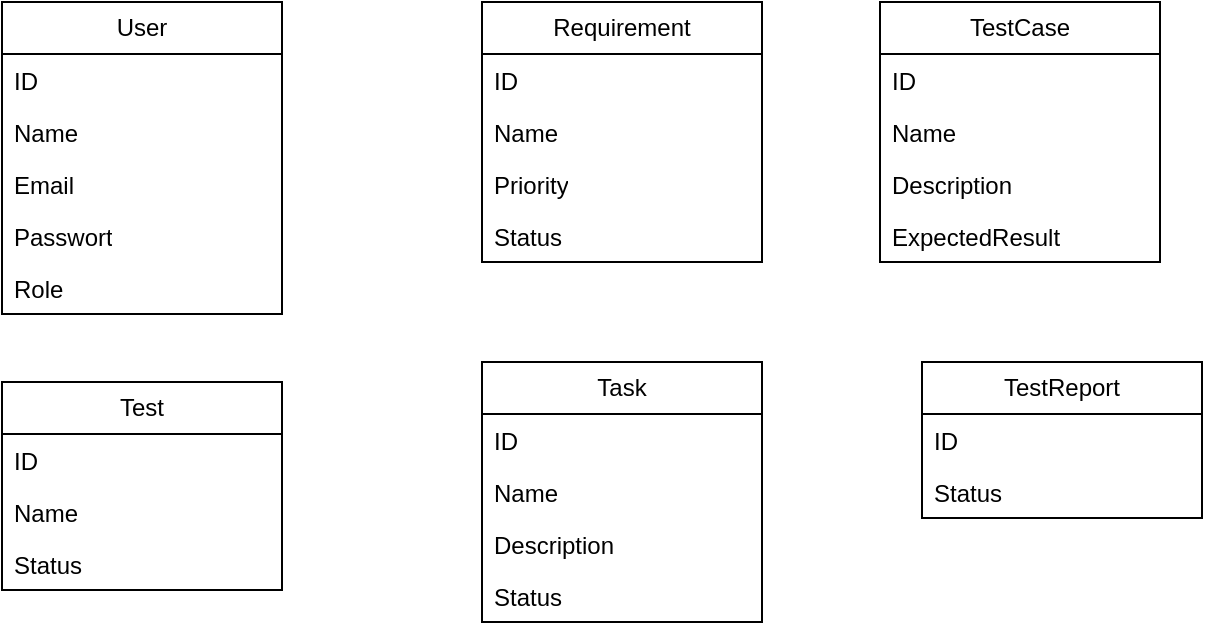
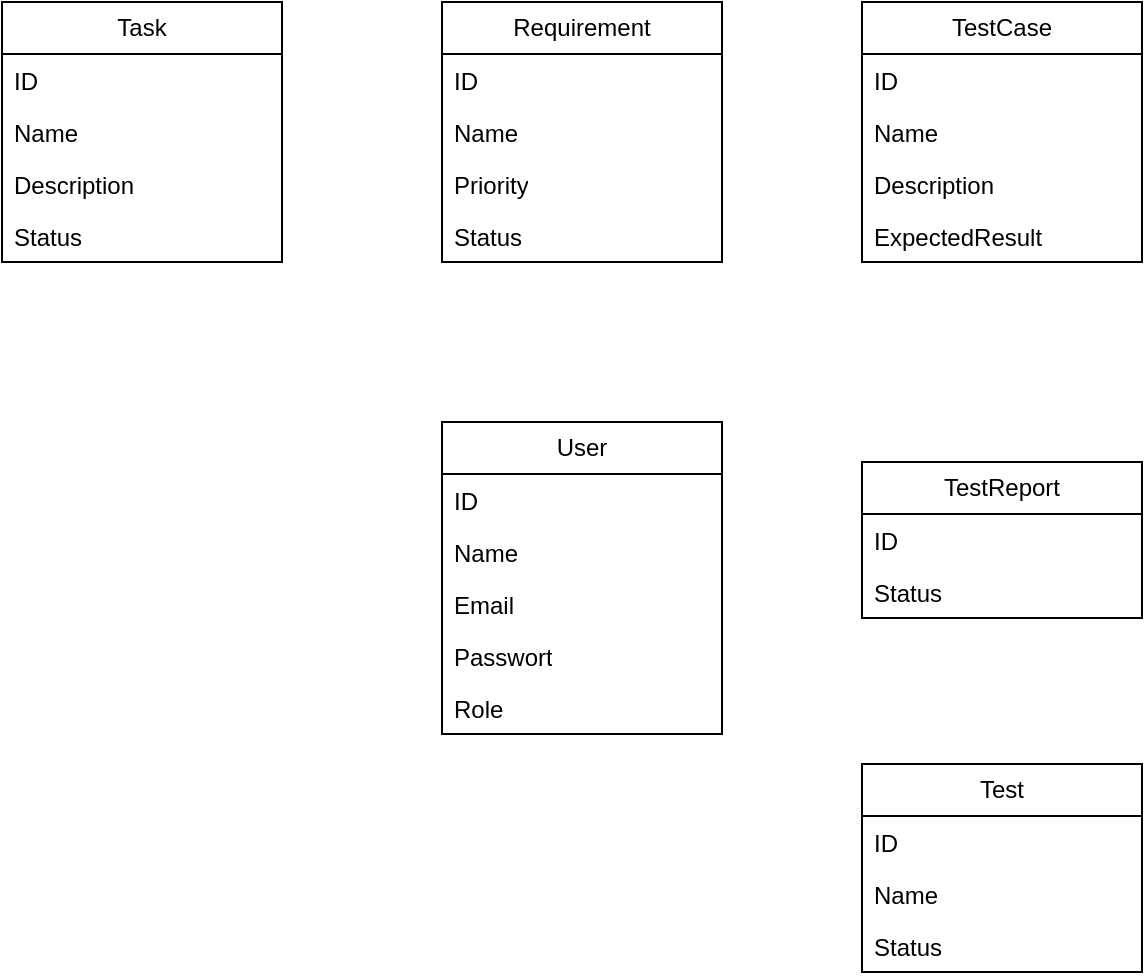
<mxfile host="app.diagrams.net" agent="Mozilla/5.0 (Macintosh; Intel Mac OS X 10_15_7) AppleWebKit/605.1.15 (KHTML, like Gecko) Version/26.2 Safari/605.1.15" version="29.6.4">
  <diagram name="Page-1" id="9UJmMtd8jPqIVRHSLT7q">
    <mxGraphModel dx="946" dy="642" grid="1" gridSize="10" guides="1" tooltips="1" connect="1" arrows="1" fold="1" page="1" pageScale="1" pageWidth="827" pageHeight="1169" math="0" shadow="0">
      <root>
        <mxCell id="0" />
        <mxCell id="1" parent="0" />
        <mxCell id="j4pG7-vl0huJbFuu1q33-1" parent="1" style="swimlane;fontStyle=0;childLayout=stackLayout;horizontal=1;startSize=26;fillColor=none;horizontalStack=0;resizeParent=1;resizeParentMax=0;resizeLast=0;collapsible=1;marginBottom=0;whiteSpace=wrap;html=1;" value="User" vertex="1">
-           <mxGeometry height="156" width="140" x="70" y="100" as="geometry" />
+           <mxGeometry height="156" width="140" x="310" y="310" as="geometry" />
        </mxCell>
        <mxCell id="j4pG7-vl0huJbFuu1q33-2" parent="j4pG7-vl0huJbFuu1q33-1" style="text;strokeColor=none;fillColor=none;align=left;verticalAlign=top;spacingLeft=4;spacingRight=4;overflow=hidden;rotatable=0;points=[[0,0.5],[1,0.5]];portConstraint=eastwest;whiteSpace=wrap;html=1;" value="ID" vertex="1">
          <mxGeometry height="26" width="140" y="26" as="geometry" />
        </mxCell>
        <mxCell id="j4pG7-vl0huJbFuu1q33-3" parent="j4pG7-vl0huJbFuu1q33-1" style="text;strokeColor=none;fillColor=none;align=left;verticalAlign=top;spacingLeft=4;spacingRight=4;overflow=hidden;rotatable=0;points=[[0,0.5],[1,0.5]];portConstraint=eastwest;whiteSpace=wrap;html=1;" value="Name" vertex="1">
          <mxGeometry height="26" width="140" y="52" as="geometry" />
        </mxCell>
        <mxCell id="j4pG7-vl0huJbFuu1q33-4" parent="j4pG7-vl0huJbFuu1q33-1" style="text;strokeColor=none;fillColor=none;align=left;verticalAlign=top;spacingLeft=4;spacingRight=4;overflow=hidden;rotatable=0;points=[[0,0.5],[1,0.5]];portConstraint=eastwest;whiteSpace=wrap;html=1;" value="Email" vertex="1">
          <mxGeometry height="26" width="140" y="78" as="geometry" />
        </mxCell>
        <mxCell id="o-WvR14eICfOpZ58rvUq-1" parent="j4pG7-vl0huJbFuu1q33-1" style="text;strokeColor=none;fillColor=none;align=left;verticalAlign=top;spacingLeft=4;spacingRight=4;overflow=hidden;rotatable=0;points=[[0,0.5],[1,0.5]];portConstraint=eastwest;whiteSpace=wrap;html=1;" value="Passwort" vertex="1">
          <mxGeometry height="26" width="140" y="104" as="geometry" />
        </mxCell>
        <mxCell id="o-WvR14eICfOpZ58rvUq-2" parent="j4pG7-vl0huJbFuu1q33-1" style="text;strokeColor=none;fillColor=none;align=left;verticalAlign=top;spacingLeft=4;spacingRight=4;overflow=hidden;rotatable=0;points=[[0,0.5],[1,0.5]];portConstraint=eastwest;whiteSpace=wrap;html=1;" value="Role" vertex="1">
          <mxGeometry height="26" width="140" y="130" as="geometry" />
        </mxCell>
        <mxCell id="o-WvR14eICfOpZ58rvUq-3" parent="1" style="swimlane;fontStyle=0;childLayout=stackLayout;horizontal=1;startSize=26;fillColor=none;horizontalStack=0;resizeParent=1;resizeParentMax=0;resizeLast=0;collapsible=1;marginBottom=0;whiteSpace=wrap;html=1;" value="Requirement" vertex="1">
          <mxGeometry height="130" width="140" x="310" y="100" as="geometry" />
        </mxCell>
        <mxCell id="o-WvR14eICfOpZ58rvUq-4" parent="o-WvR14eICfOpZ58rvUq-3" style="text;strokeColor=none;fillColor=none;align=left;verticalAlign=top;spacingLeft=4;spacingRight=4;overflow=hidden;rotatable=0;points=[[0,0.5],[1,0.5]];portConstraint=eastwest;whiteSpace=wrap;html=1;" value="ID" vertex="1">
          <mxGeometry height="26" width="140" y="26" as="geometry" />
        </mxCell>
        <mxCell id="o-WvR14eICfOpZ58rvUq-5" parent="o-WvR14eICfOpZ58rvUq-3" style="text;strokeColor=none;fillColor=none;align=left;verticalAlign=top;spacingLeft=4;spacingRight=4;overflow=hidden;rotatable=0;points=[[0,0.5],[1,0.5]];portConstraint=eastwest;whiteSpace=wrap;html=1;" value="Name" vertex="1">
          <mxGeometry height="26" width="140" y="52" as="geometry" />
        </mxCell>
        <mxCell id="o-WvR14eICfOpZ58rvUq-6" parent="o-WvR14eICfOpZ58rvUq-3" style="text;strokeColor=none;fillColor=none;align=left;verticalAlign=top;spacingLeft=4;spacingRight=4;overflow=hidden;rotatable=0;points=[[0,0.5],[1,0.5]];portConstraint=eastwest;whiteSpace=wrap;html=1;" value="Priority" vertex="1">
          <mxGeometry height="26" width="140" y="78" as="geometry" />
        </mxCell>
        <mxCell id="o-WvR14eICfOpZ58rvUq-7" parent="o-WvR14eICfOpZ58rvUq-3" style="text;strokeColor=none;fillColor=none;align=left;verticalAlign=top;spacingLeft=4;spacingRight=4;overflow=hidden;rotatable=0;points=[[0,0.5],[1,0.5]];portConstraint=eastwest;whiteSpace=wrap;html=1;" value="Status" vertex="1">
          <mxGeometry height="26" width="140" y="104" as="geometry" />
        </mxCell>
        <mxCell id="o-WvR14eICfOpZ58rvUq-9" parent="1" style="swimlane;fontStyle=0;childLayout=stackLayout;horizontal=1;startSize=26;fillColor=none;horizontalStack=0;resizeParent=1;resizeParentMax=0;resizeLast=0;collapsible=1;marginBottom=0;whiteSpace=wrap;html=1;" value="TestCase" vertex="1">
-           <mxGeometry height="130" width="140" x="509" y="100" as="geometry" />
+           <mxGeometry height="130" width="140" x="520" y="100" as="geometry" />
        </mxCell>
        <mxCell id="o-WvR14eICfOpZ58rvUq-10" parent="o-WvR14eICfOpZ58rvUq-9" style="text;strokeColor=none;fillColor=none;align=left;verticalAlign=top;spacingLeft=4;spacingRight=4;overflow=hidden;rotatable=0;points=[[0,0.5],[1,0.5]];portConstraint=eastwest;whiteSpace=wrap;html=1;" value="ID" vertex="1">
          <mxGeometry height="26" width="140" y="26" as="geometry" />
        </mxCell>
        <mxCell id="o-WvR14eICfOpZ58rvUq-11" parent="o-WvR14eICfOpZ58rvUq-9" style="text;strokeColor=none;fillColor=none;align=left;verticalAlign=top;spacingLeft=4;spacingRight=4;overflow=hidden;rotatable=0;points=[[0,0.5],[1,0.5]];portConstraint=eastwest;whiteSpace=wrap;html=1;" value="Name" vertex="1">
          <mxGeometry height="26" width="140" y="52" as="geometry" />
        </mxCell>
        <mxCell id="o-WvR14eICfOpZ58rvUq-12" parent="o-WvR14eICfOpZ58rvUq-9" style="text;strokeColor=none;fillColor=none;align=left;verticalAlign=top;spacingLeft=4;spacingRight=4;overflow=hidden;rotatable=0;points=[[0,0.5],[1,0.5]];portConstraint=eastwest;whiteSpace=wrap;html=1;" value="Description" vertex="1">
          <mxGeometry height="26" width="140" y="78" as="geometry" />
        </mxCell>
        <mxCell id="o-WvR14eICfOpZ58rvUq-13" parent="o-WvR14eICfOpZ58rvUq-9" style="text;strokeColor=none;fillColor=none;align=left;verticalAlign=top;spacingLeft=4;spacingRight=4;overflow=hidden;rotatable=0;points=[[0,0.5],[1,0.5]];portConstraint=eastwest;whiteSpace=wrap;html=1;" value="ExpectedResult" vertex="1">
          <mxGeometry height="26" width="140" y="104" as="geometry" />
        </mxCell>
        <mxCell id="o-WvR14eICfOpZ58rvUq-14" parent="1" style="swimlane;fontStyle=0;childLayout=stackLayout;horizontal=1;startSize=26;fillColor=none;horizontalStack=0;resizeParent=1;resizeParentMax=0;resizeLast=0;collapsible=1;marginBottom=0;whiteSpace=wrap;html=1;" value="Test" vertex="1">
-           <mxGeometry height="104" width="140" x="70" y="290" as="geometry" />
+           <mxGeometry height="104" width="140" x="520" y="481" as="geometry" />
        </mxCell>
        <mxCell id="o-WvR14eICfOpZ58rvUq-15" parent="o-WvR14eICfOpZ58rvUq-14" style="text;strokeColor=none;fillColor=none;align=left;verticalAlign=top;spacingLeft=4;spacingRight=4;overflow=hidden;rotatable=0;points=[[0,0.5],[1,0.5]];portConstraint=eastwest;whiteSpace=wrap;html=1;" value="ID" vertex="1">
          <mxGeometry height="26" width="140" y="26" as="geometry" />
        </mxCell>
        <mxCell id="o-WvR14eICfOpZ58rvUq-16" parent="o-WvR14eICfOpZ58rvUq-14" style="text;strokeColor=none;fillColor=none;align=left;verticalAlign=top;spacingLeft=4;spacingRight=4;overflow=hidden;rotatable=0;points=[[0,0.5],[1,0.5]];portConstraint=eastwest;whiteSpace=wrap;html=1;" value="Name" vertex="1">
          <mxGeometry height="26" width="140" y="52" as="geometry" />
        </mxCell>
        <mxCell id="o-WvR14eICfOpZ58rvUq-17" parent="o-WvR14eICfOpZ58rvUq-14" style="text;strokeColor=none;fillColor=none;align=left;verticalAlign=top;spacingLeft=4;spacingRight=4;overflow=hidden;rotatable=0;points=[[0,0.5],[1,0.5]];portConstraint=eastwest;whiteSpace=wrap;html=1;" value="Status" vertex="1">
          <mxGeometry height="26" width="140" y="78" as="geometry" />
        </mxCell>
        <mxCell id="o-WvR14eICfOpZ58rvUq-19" parent="1" style="swimlane;fontStyle=0;childLayout=stackLayout;horizontal=1;startSize=26;fillColor=none;horizontalStack=0;resizeParent=1;resizeParentMax=0;resizeLast=0;collapsible=1;marginBottom=0;whiteSpace=wrap;html=1;" value="Task" vertex="1">
-           <mxGeometry height="130" width="140" x="310" y="280" as="geometry" />
+           <mxGeometry height="130" width="140" x="90" y="100" as="geometry" />
        </mxCell>
        <mxCell id="o-WvR14eICfOpZ58rvUq-20" parent="o-WvR14eICfOpZ58rvUq-19" style="text;strokeColor=none;fillColor=none;align=left;verticalAlign=top;spacingLeft=4;spacingRight=4;overflow=hidden;rotatable=0;points=[[0,0.5],[1,0.5]];portConstraint=eastwest;whiteSpace=wrap;html=1;" value="ID" vertex="1">
          <mxGeometry height="26" width="140" y="26" as="geometry" />
        </mxCell>
        <mxCell id="o-WvR14eICfOpZ58rvUq-21" parent="o-WvR14eICfOpZ58rvUq-19" style="text;strokeColor=none;fillColor=none;align=left;verticalAlign=top;spacingLeft=4;spacingRight=4;overflow=hidden;rotatable=0;points=[[0,0.5],[1,0.5]];portConstraint=eastwest;whiteSpace=wrap;html=1;" value="Name" vertex="1">
          <mxGeometry height="26" width="140" y="52" as="geometry" />
        </mxCell>
        <mxCell id="o-WvR14eICfOpZ58rvUq-22" parent="o-WvR14eICfOpZ58rvUq-19" style="text;strokeColor=none;fillColor=none;align=left;verticalAlign=top;spacingLeft=4;spacingRight=4;overflow=hidden;rotatable=0;points=[[0,0.5],[1,0.5]];portConstraint=eastwest;whiteSpace=wrap;html=1;" value="Description" vertex="1">
          <mxGeometry height="26" width="140" y="78" as="geometry" />
        </mxCell>
        <mxCell id="o-WvR14eICfOpZ58rvUq-23" parent="o-WvR14eICfOpZ58rvUq-19" style="text;strokeColor=none;fillColor=none;align=left;verticalAlign=top;spacingLeft=4;spacingRight=4;overflow=hidden;rotatable=0;points=[[0,0.5],[1,0.5]];portConstraint=eastwest;whiteSpace=wrap;html=1;" value="Status" vertex="1">
          <mxGeometry height="26" width="140" y="104" as="geometry" />
        </mxCell>
        <mxCell id="o-WvR14eICfOpZ58rvUq-24" parent="1" style="swimlane;fontStyle=0;childLayout=stackLayout;horizontal=1;startSize=26;fillColor=none;horizontalStack=0;resizeParent=1;resizeParentMax=0;resizeLast=0;collapsible=1;marginBottom=0;whiteSpace=wrap;html=1;" value="TestReport" vertex="1">
-           <mxGeometry height="78" width="140" x="530" y="280" as="geometry" />
+           <mxGeometry height="78" width="140" x="520" y="330" as="geometry" />
        </mxCell>
        <mxCell id="o-WvR14eICfOpZ58rvUq-25" parent="o-WvR14eICfOpZ58rvUq-24" style="text;strokeColor=none;fillColor=none;align=left;verticalAlign=top;spacingLeft=4;spacingRight=4;overflow=hidden;rotatable=0;points=[[0,0.5],[1,0.5]];portConstraint=eastwest;whiteSpace=wrap;html=1;" value="ID" vertex="1">
          <mxGeometry height="26" width="140" y="26" as="geometry" />
        </mxCell>
        <mxCell id="o-WvR14eICfOpZ58rvUq-27" parent="o-WvR14eICfOpZ58rvUq-24" style="text;strokeColor=none;fillColor=none;align=left;verticalAlign=top;spacingLeft=4;spacingRight=4;overflow=hidden;rotatable=0;points=[[0,0.5],[1,0.5]];portConstraint=eastwest;whiteSpace=wrap;html=1;" value="Status" vertex="1">
          <mxGeometry height="26" width="140" y="52" as="geometry" />
        </mxCell>
      </root>
    </mxGraphModel>
  </diagram>
</mxfile>
